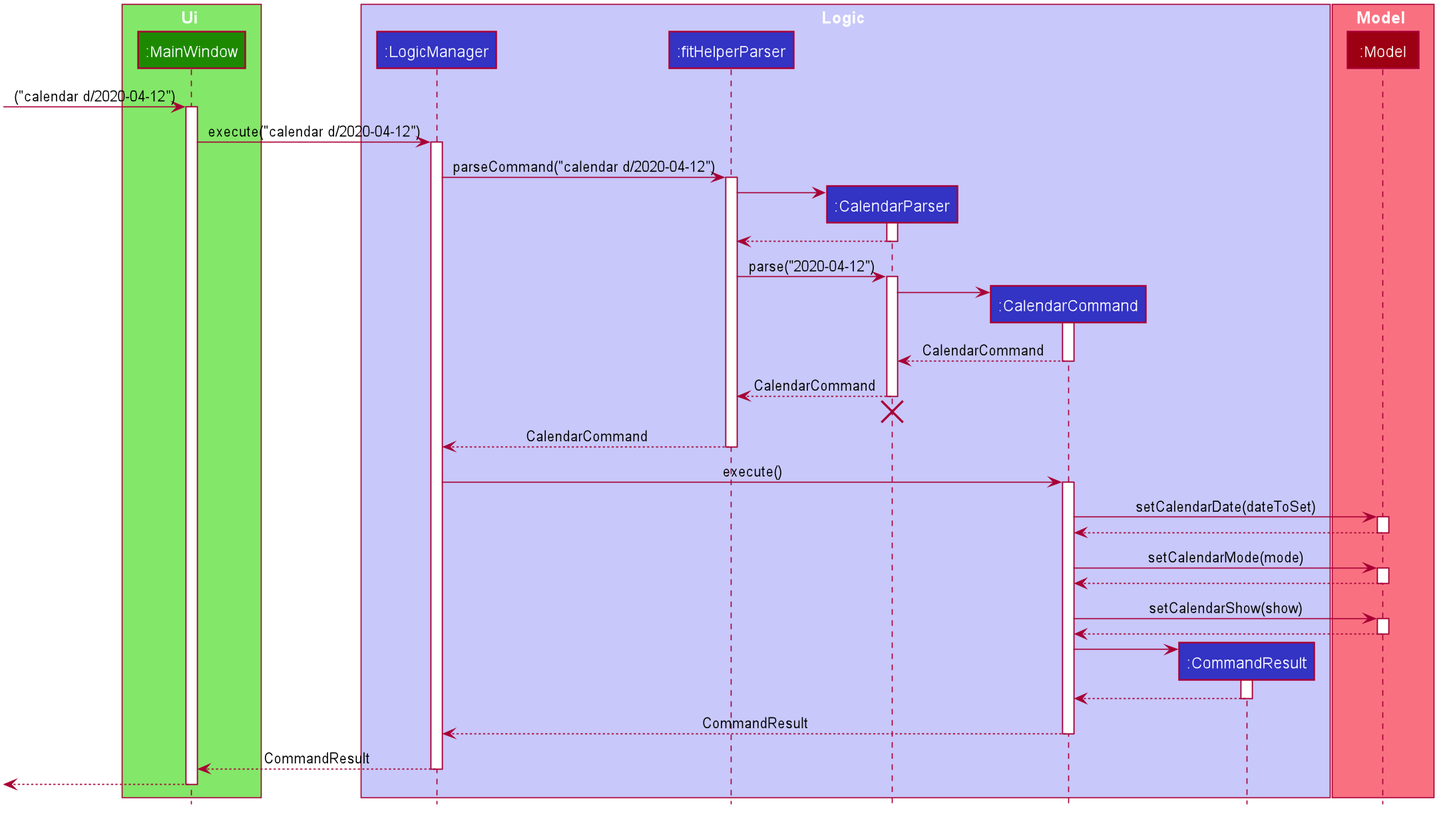
Earlier version of the PlantUML export docs/images/CalendarSequenceDiagram.png (nus-cs2103-AY1920S2/addressbook-level3).
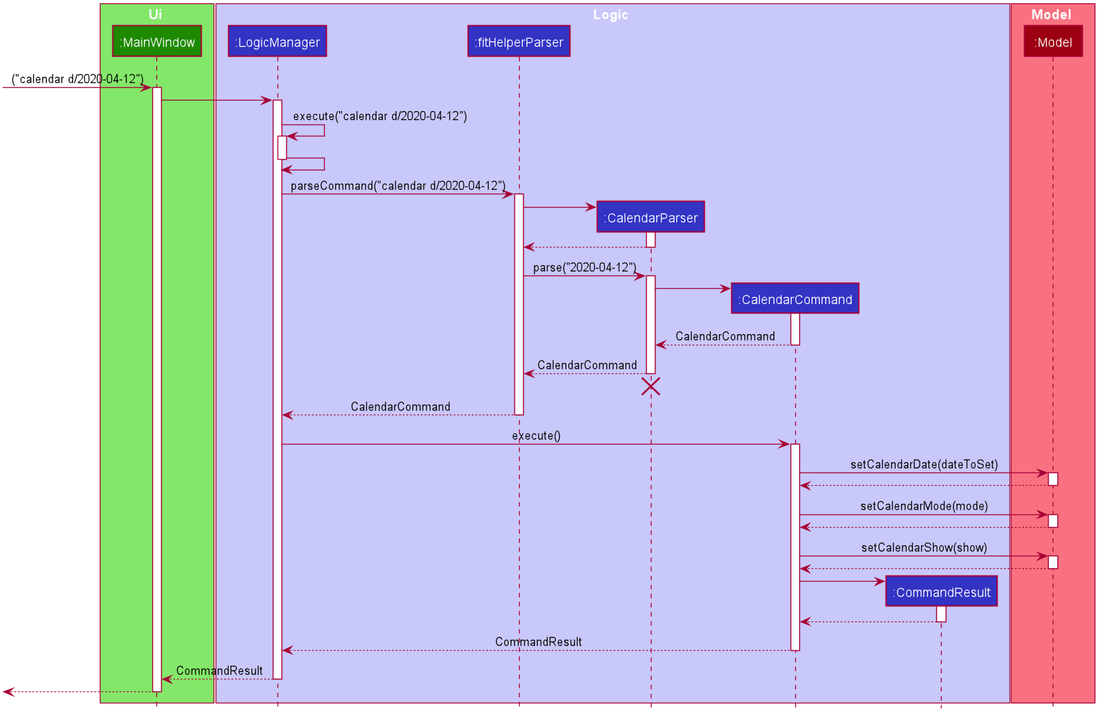
Later version of the same file.

The edit, as a diff of the source:
```diff
@@ -67,8 +67,14 @@
 [-> MainWindow : ("calendar d/2020-04-12")
 activate MainWindow
 
-MainWindow -> LogicManager : execute("calendar d/2020-04-12")
+MainWindow -> LogicManager
 activate LogicManager
+
+LogicManager -> LogicManager: execute("calendar d/2020-04-12")
+activate LogicManager
+
+LogicManager -> LogicManager
+deactivate LogicManager
 
 LogicManager -> FitHelperParser : parseCommand("calendar d/2020-04-12")
 activate FitHelperParser
```
